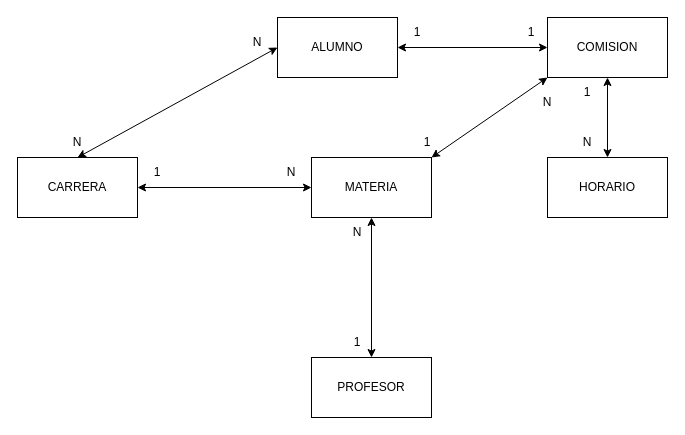
The draw.io diagram BD/AA22.drawio in Damaal/PracticaJAVA, before the edit. Source tidied: cells renumbered, new cells numbered last; positions are measured from the earlier drawing's top-left corner, leaving out a move shared by most shapes. Both pictures are drawn from the tidied source at 100%, with x=0, y=0 at pixel (17, 17).
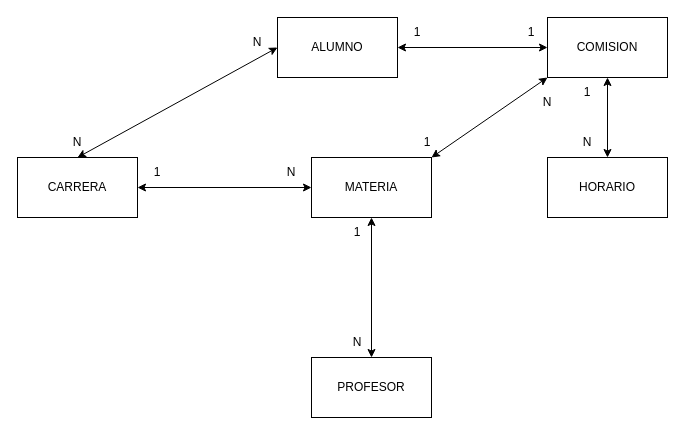
The same diagram, later.

The edit, as a diff of the source:
```diff
@@
-    <mxCell id="13" value="N" style="text;html=1;strokeColor=none;fillColor=none;align=center;verticalAlign=middle;whiteSpace=wrap;rounded=0;" parent="1" vertex="1">
+    <mxCell id="13" value="1" style="text;html=1;strokeColor=none;fillColor=none;align=center;verticalAlign=middle;whiteSpace=wrap;rounded=0;" parent="1" vertex="1">
       <mxGeometry x="320" y="200" width="40" height="30" as="geometry" />
     </mxCell>
-    <mxCell id="14" value="1" style="text;html=1;strokeColor=none;fillColor=none;align=center;verticalAlign=middle;whiteSpace=wrap;rounded=0;" parent="1" vertex="1">
+    <mxCell id="14" value="N" style="text;html=1;strokeColor=none;fillColor=none;align=center;verticalAlign=middle;whiteSpace=wrap;rounded=0;" parent="1" vertex="1">
       <mxGeometry x="320" y="310" width="40" height="30" as="geometry" />
     </mxCell>
```
